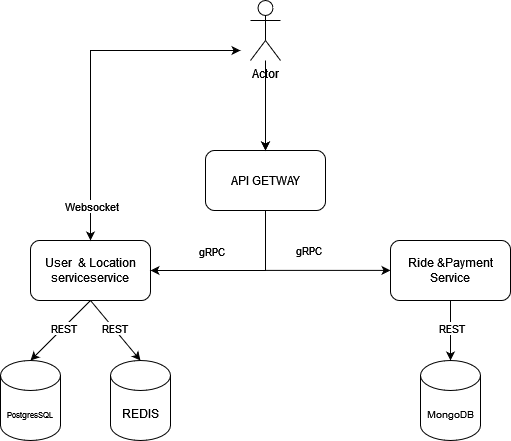
This is images/scheme.png from AlexGrama22/pad, a draw.io export, as it was before one commit. Source tidied: cells renumbered, new cells last; positions are measured from the earlier drawing's top-left corner, leaving out a move shared by most shapes.
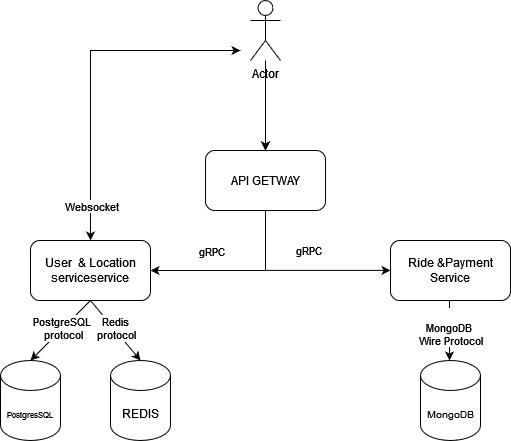
The same file after the commit.

What changed in the source:
```diff
@@ -56,7 +56,7 @@
     <mxCell id="13" style="endArrow=none;startArrow=classic;html=1;rounded=0;entryX=0.5;entryY=1;entryDx=0;entryDy=0;exitX=0.5;exitY=0;exitDx=0;exitDy=0;exitPerimeter=0;endFill=0;" parent="1" edge="1" source="12" target="5">
       <mxGeometry relative="1" as="geometry" />
     </mxCell>
-    <mxCell id="14" value="REST" style="edgeLabel;html=1;align=center;verticalAlign=middle;" parent="13" vertex="1">
+    <mxCell id="14" value="&lt;div&gt;PostgreSQL&amp;nbsp;&lt;/div&gt;&lt;div&gt;protocol&lt;/div&gt;" style="edgeLabel;html=1;align=center;verticalAlign=middle;" parent="13" vertex="1">
       <mxGeometry x="0.09" relative="1" as="geometry" />
     </mxCell>
     <mxCell id="15" value="Ride &amp;amp;Payment Service" style="rounded=1;whiteSpace=wrap;html=1;" parent="1" vertex="1">
@@ -70,8 +70,10 @@
         <mxPoint x="90" y="300" as="targetPoint" />
       </mxGeometry>
     </mxCell>
-    <mxCell id="18" value="REST" style="edgeLabel;html=1;align=center;verticalAlign=middle;" parent="17" vertex="1">
-      <mxGeometry x="0.09" relative="1" as="geometry" />
+    <mxCell id="18" value="&lt;div&gt;Redis&amp;nbsp;&lt;/div&gt;&lt;div&gt;protocol&lt;/div&gt;" style="edgeLabel;html=1;align=center;verticalAlign=middle;" parent="17" vertex="1">
+      <mxGeometry x="0.09" relative="1" as="geometry">
+        <mxPoint x="2" as="offset" />
+      </mxGeometry>
     </mxCell>
     <mxCell id="19" style="endArrow=classic;html=1;rounded=0;entryX=0.5;entryY=0;entryDx=0;entryDy=0;" parent="1" edge="1" target="4">
       <mxGeometry relative="1" as="geometry">
@@ -81,12 +83,13 @@
     <mxCell id="20" value="&lt;font style=&quot;font-size: 10px;&quot;&gt;MongoDB&lt;/font&gt;" style="shape=cylinder3;whiteSpace=wrap;html=1;boundedLbl=1;backgroundOutline=1;size=15;" parent="1" vertex="1">
       <mxGeometry x="420" y="360" width="60" height="80" as="geometry" />
     </mxCell>
-    <mxCell id="21" style="endArrow=none;startArrow=classic;html=1;rounded=0;entryX=0.5;entryY=1;entryDx=0;entryDy=0;exitX=0.5;exitY=0;exitDx=0;exitDy=0;exitPerimeter=0;endFill=0;" parent="1" edge="1" source="20">
+    <mxCell id="21" style="endArrow=none;startArrow=classic;html=1;rounded=0;entryX=0.5;entryY=1;entryDx=0;entryDy=0;exitX=0.5;exitY=0;exitDx=0;exitDy=0;exitPerimeter=0;endFill=0;" parent="1" edge="1">
       <mxGeometry relative="1" as="geometry">
-        <mxPoint x="450" y="300" as="targetPoint" />
+        <mxPoint x="449" y="360" as="sourcePoint" />
+        <mxPoint x="449" y="300" as="targetPoint" />
       </mxGeometry>
     </mxCell>
-    <mxCell id="22" value="REST" style="edgeLabel;html=1;align=center;verticalAlign=middle;" parent="21" vertex="1">
+    <mxCell id="22" value="&lt;br&gt;&lt;div&gt;MongoDB&amp;nbsp;&lt;/div&gt;&lt;div&gt;Wire Protocol&lt;/div&gt;" style="edgeLabel;html=1;align=center;verticalAlign=middle;" parent="21" vertex="1">
       <mxGeometry x="0.09" relative="1" as="geometry" />
     </mxCell>
   </root>
```
